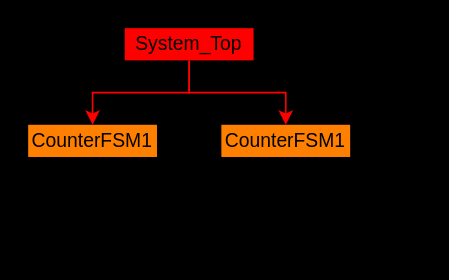
Earlier version of the draw.io diagram 3/img/BreakDown.drawio (gordonpow/lab_hardware_test). Source tidied: cells renumbered, new cells numbered last; positions are measured from the earlier drawing's top-left corner, leaving out a move shared by most shapes. Both pictures are drawn from the tidied source at 161%, with x=0, y=0 at pixel (27, 27).
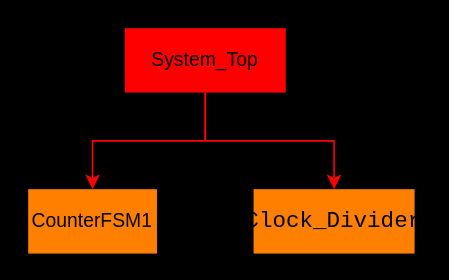
The same page after the edit.

Diff of the diagram source:
```diff
@@
 <mxGraphModel background="#000000">
   <root>
     <mxCell id="0" />
     <mxCell id="1" parent="0" />
     <mxCell id="2" style="edgeStyle=orthogonalEdgeStyle;html=1;entryX=0.5;entryY=0;entryDx=0;entryDy=0;exitX=0.5;exitY=1;exitDx=0;exitDy=0;strokeColor=#FF0000;rounded=0;" parent="1" edge="1" source="3" target="4">
       <mxGeometry relative="1" as="geometry" />
     </mxCell>
-    <mxCell id="3" value="&lt;font color=&quot;#000000&quot;&gt;System_Top&lt;/font&gt;" style="rounded=0;whiteSpace=wrap;html=1;fillColor=#FF0000;strokeColor=none;fontColor=#FF0000;" parent="1" vertex="1">
-      <mxGeometry x="60" width="80" height="20" as="geometry" />
+    <mxCell id="3" value="&lt;font&gt;System_Top&lt;/font&gt;" style="rounded=0;whiteSpace=wrap;html=1;fillColor=#FF0000;strokeColor=none;fontColor=#000000;" parent="1" vertex="1">
+      <mxGeometry x="60" width="100" height="40" as="geometry" />
     </mxCell>
-    <mxCell id="4" value="CounterFSM1" style="whiteSpace=wrap;html=1;rounded=0;strokeColor=none;fillColor=#FF8000;" parent="1" vertex="1">
-      <mxGeometry y="60" width="80" height="20" as="geometry" />
+    <mxCell id="4" value="&lt;font&gt;CounterFSM1&lt;/font&gt;" style="whiteSpace=wrap;html=1;rounded=0;strokeColor=none;fillColor=#FF8000;fontColor=#000000;" parent="1" vertex="1">
+      <mxGeometry y="100" width="80" height="40" as="geometry" />
     </mxCell>
-    <mxCell id="5" value="CounterFSM1" style="whiteSpace=wrap;html=1;rounded=0;strokeColor=none;fillColor=#FF8000;" parent="1" vertex="1">
-      <mxGeometry x="120" y="60" width="80" height="20" as="geometry" />
+    <mxCell id="5" value="&lt;div style=&quot;font-family: Consolas, &amp;quot;Courier New&amp;quot;, monospace; font-size: 14px; line-height: 19px;&quot;&gt;&lt;font style=&quot;&quot;&gt;Clock_Divider&lt;/font&gt;&lt;/div&gt;" style="whiteSpace=wrap;html=1;rounded=0;strokeColor=none;fillColor=#FF8000;fontColor=#000000;" parent="1" vertex="1">
+      <mxGeometry x="140" y="100" width="100" height="40" as="geometry" />
     </mxCell>
     <mxCell id="6" style="edgeStyle=orthogonalEdgeStyle;html=1;entryX=0.5;entryY=0;entryDx=0;entryDy=0;exitX=0.5;exitY=1;exitDx=0;exitDy=0;strokeColor=#FF0000;rounded=0;" parent="1" edge="1" source="3" target="5">
       <mxGeometry relative="1" as="geometry" />
     </mxCell>
   </root>
 </mxGraphModel>
```
